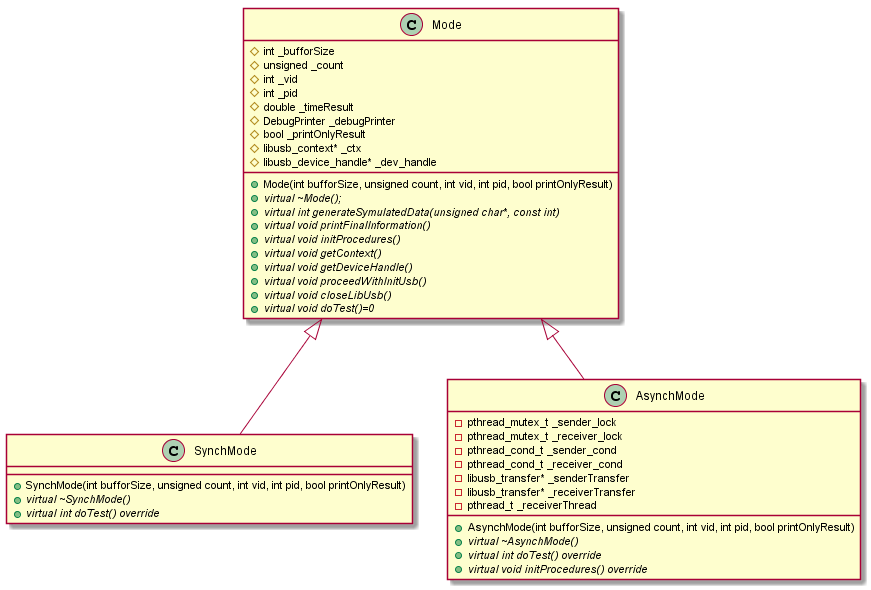
Earlier version of the PlantUML export plantUML/classDiagram.png (lpawlik91/USBSpeedTest). Its diagram source:
```plantuml
@startuml
Mode <|-- SynchMode
Mode <|-- AsynchMode

Class Mode {
 + Mode(int bufforSize, unsigned count, int vid, int pid, bool printOnlyResult)
 +{abstract} virtual ~Mode();
 +{abstract} virtual int generateSymulatedData(unsigned char*, const int)
 +{abstract} virtual void printFinalInformation()
 +{abstract} virtual void initProcedures()
 +{abstract} virtual void getContext()
 +{abstract} virtual void getDeviceHandle()
 +{abstract} virtual void proceedWithInitUsb()
 +{abstract} virtual void closeLibUsb()
 +{abstract} virtual void doTest()=0
 #int _bufforSize
 #unsigned _count
 #int _vid
 #int _pid
 #double _timeResult
 #DebugPrinter _debugPrinter
 #bool _printOnlyResult
 #libusb_context* _ctx
 #libusb_device_handle* _dev_handle
}

class SynchMode {
 +SynchMode(int bufforSize, unsigned count, int vid, int pid, bool printOnlyResult)
 +{abstract} virtual ~SynchMode()
 +{abstract} virtual int doTest() override
}

class AsynchMode {
 +AsynchMode(int bufforSize, unsigned count, int vid, int pid, bool printOnlyResult)
 +{abstract}virtual ~AsynchMode()
 +{abstract}virtual int doTest() override
 +{abstract}virtual void initProcedures() override
 -pthread_mutex_t _sender_lock
 -pthread_mutex_t _receiver_lock
 -pthread_cond_t _sender_cond
 -pthread_cond_t _receiver_cond
 -libusb_transfer* _senderTransfer
 -libusb_transfer* _receiverTransfer
 -pthread_t _receiverThread
}

@enduml
```
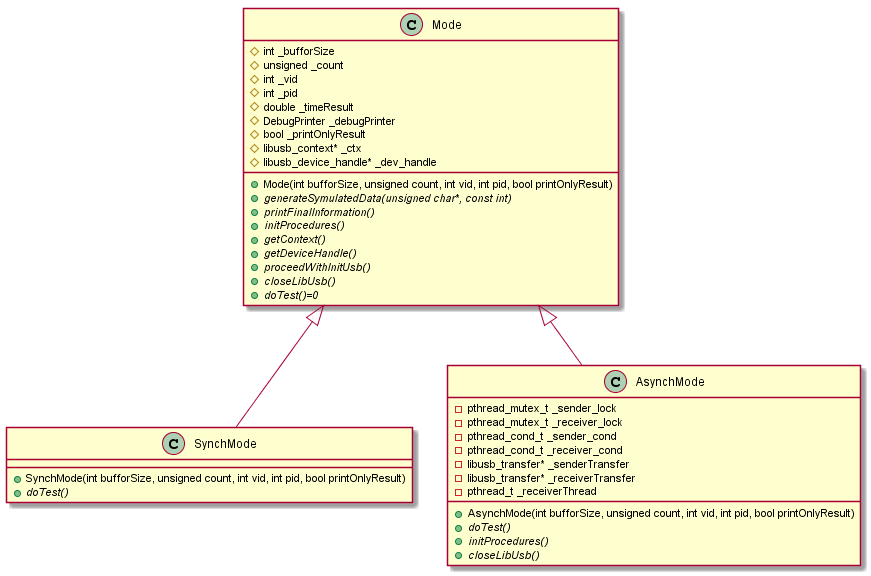
Above is the later version.

Diff of the diagram source:
```diff
@@ -4,15 +4,14 @@
 
 Class Mode {
  + Mode(int bufforSize, unsigned count, int vid, int pid, bool printOnlyResult)
- +{abstract} virtual ~Mode();
- +{abstract} virtual int generateSymulatedData(unsigned char*, const int)
- +{abstract} virtual void printFinalInformation()
- +{abstract} virtual void initProcedures()
- +{abstract} virtual void getContext()
- +{abstract} virtual void getDeviceHandle()
- +{abstract} virtual void proceedWithInitUsb()
- +{abstract} virtual void closeLibUsb()
- +{abstract} virtual void doTest()=0
+ +{abstract} generateSymulatedData(unsigned char*, const int)
+ +{abstract} printFinalInformation()
+ +{abstract} initProcedures()
+ +{abstract} getContext()
+ +{abstract} getDeviceHandle()
+ +{abstract} proceedWithInitUsb()
+ +{abstract} closeLibUsb()
+ +{abstract} doTest()=0
  #int _bufforSize
  #unsigned _count
  #int _vid
@@ -26,15 +25,14 @@
 
 class SynchMode {
  +SynchMode(int bufforSize, unsigned count, int vid, int pid, bool printOnlyResult)
- +{abstract} virtual ~SynchMode()
- +{abstract} virtual int doTest() override
+ +{abstract} doTest()
 }
 
 class AsynchMode {
  +AsynchMode(int bufforSize, unsigned count, int vid, int pid, bool printOnlyResult)
- +{abstract}virtual ~AsynchMode()
- +{abstract}virtual int doTest() override
- +{abstract}virtual void initProcedures() override
+ +{abstract} doTest()
+ +{abstract} initProcedures()
+ +{abstract} closeLibUsb()
  -pthread_mutex_t _sender_lock
  -pthread_mutex_t _receiver_lock
  -pthread_cond_t _sender_cond
```
